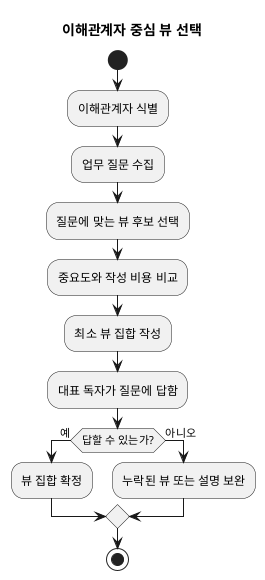
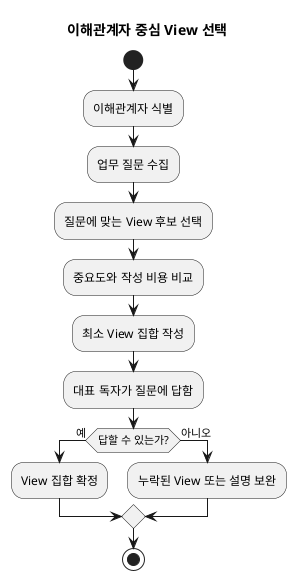
@startuml
- title 이해관계자 중심 뷰 선택
+ title 이해관계자 중심 View 선택
start
:이해관계자 식별;
:업무 질문 수집;
- :질문에 맞는 뷰 후보 선택;
+ :질문에 맞는 View 후보 선택;
:중요도와 작성 비용 비교;
- :최소 뷰 집합 작성;
+ :최소 View 집합 작성;
:대표 독자가 질문에 답함;
if (답할 수 있는가?) then (예)
-   :뷰 집합 확정;
+   :View 집합 확정;
else (아니오)
-   :누락된 뷰 또는 설명 보완;
+   :누락된 View 또는 설명 보완;
endif
stop
@enduml
